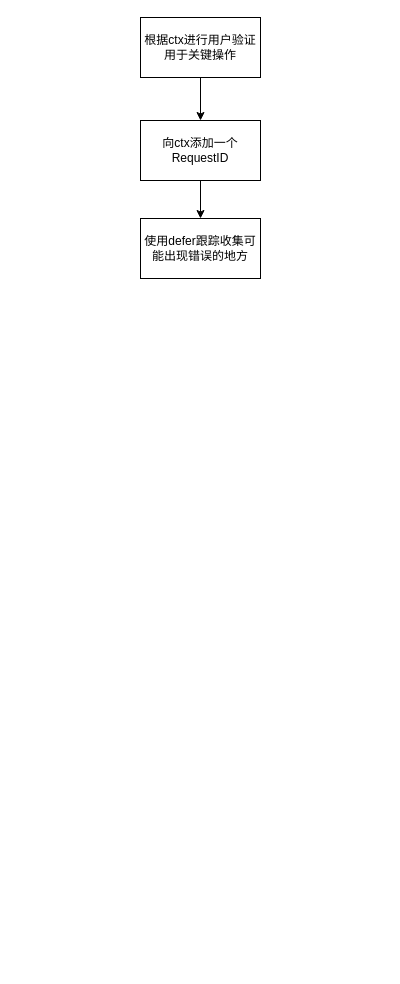
Earlier version of the draw.io diagram easm_caasm.drawio (zecraid/draw_repo). Source tidied: cells renumbered, new cells numbered last; positions are measured from the earlier drawing's top-left corner, leaving out a move shared by most shapes. Both pictures are drawn from the tidied source at 100%, with x=0, y=0 at pixel (140, 17).
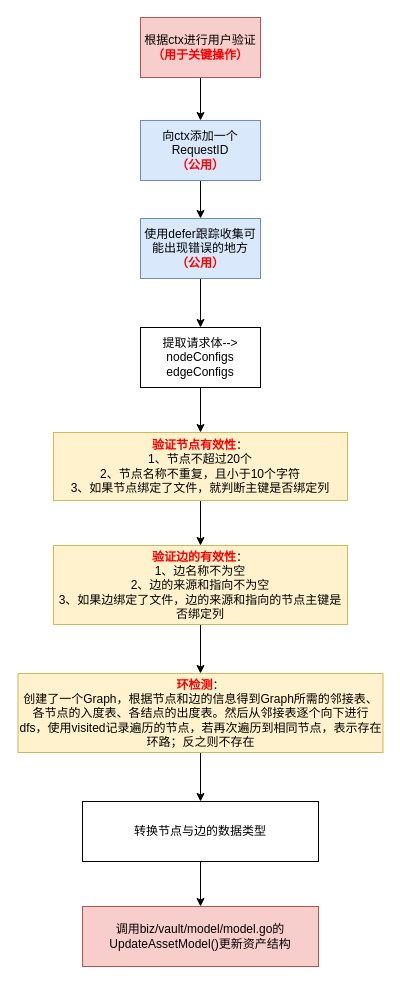
After the change.

The edit, as a diff of the source:
```diff
@@
 <mxGraphModel>
   <root>
     <mxCell id="0" />
     <mxCell id="1" parent="0" />
     <mxCell id="2" style="edgeStyle=orthogonalEdgeStyle;rounded=0;jettySize=auto;html=1;" parent="1" edge="1" source="3" target="5">
       <mxGeometry relative="1" as="geometry" />
     </mxCell>
-    <mxCell id="3" value="根据ctx进行用户验证&lt;div&gt;用于关键操作&lt;/div&gt;" style="rounded=0;whiteSpace=wrap;html=1;" parent="1" vertex="1">
+    <mxCell id="3" value="根据ctx进行用户验证&lt;div&gt;&lt;b&gt;&lt;font color=&quot;#ff0000&quot;&gt;（用于关键操作）&lt;/font&gt;&lt;/b&gt;&lt;/div&gt;" style="rounded=0;whiteSpace=wrap;html=1;fillColor=#f8cecc;strokeColor=#b85450;" parent="1" vertex="1">
       <mxGeometry width="120" height="60" as="geometry" />
     </mxCell>
     <mxCell id="4" style="edgeStyle=orthogonalEdgeStyle;rounded=0;jettySize=auto;html=1;" parent="1" edge="1" source="5" target="6">
       <mxGeometry relative="1" as="geometry" />
     </mxCell>
-    <mxCell id="5" value="向ctx添加一个RequestID" style="rounded=0;whiteSpace=wrap;html=1;" parent="1" vertex="1">
+    <mxCell id="5" value="向ctx添加一个RequestID&lt;div&gt;&lt;b&gt;&lt;font color=&quot;#ff0000&quot;&gt;（公用）&lt;/font&gt;&lt;/b&gt;&lt;/div&gt;" style="rounded=0;whiteSpace=wrap;html=1;fillColor=#dae8fc;strokeColor=#6c8ebf;" parent="1" vertex="1">
       <mxGeometry y="103" width="120" height="60" as="geometry" />
     </mxCell>
+    <mxCell id="7" style="edgeStyle=orthogonalEdgeStyle;rounded=0;jettySize=auto;html=1;" parent="1" edge="1" source="6" target="9">
+      <mxGeometry relative="1" as="geometry" />
+    </mxCell>
-    <mxCell id="6" value="使用defer跟踪收集可能出现错误的地方" style="rounded=0;whiteSpace=wrap;html=1;" parent="1" vertex="1">
+    <mxCell id="6" value="使用defer跟踪收集可能出现错误的地方&lt;div&gt;&lt;font color=&quot;#ff0000&quot;&gt;&lt;b&gt;（公用）&lt;/b&gt;&lt;/font&gt;&lt;/div&gt;" style="rounded=0;whiteSpace=wrap;html=1;fillColor=#dae8fc;strokeColor=#6c8ebf;" parent="1" vertex="1">
       <mxGeometry y="201" width="120" height="60" as="geometry" />
     </mxCell>
+    <mxCell id="8" style="edgeStyle=orthogonalEdgeStyle;rounded=0;jettySize=auto;html=1;" parent="1" edge="1" source="9" target="11">
+      <mxGeometry relative="1" as="geometry" />
+    </mxCell>
+    <mxCell id="9" value="提取请求体--&amp;gt;&lt;div&gt;nodeConfigs&lt;/div&gt;&lt;div&gt;edgeConfigs&lt;/div&gt;" style="rounded=0;whiteSpace=wrap;html=1;" parent="1" vertex="1">
+      <mxGeometry y="310" width="120" height="60" as="geometry" />
+    </mxCell>
+    <mxCell id="10" style="edgeStyle=orthogonalEdgeStyle;rounded=0;jettySize=auto;html=1;" parent="1" edge="1" source="11" target="13">
+      <mxGeometry relative="1" as="geometry" />
+    </mxCell>
+    <mxCell id="11" value="&lt;font color=&quot;#ff0000&quot;&gt;&lt;b&gt;验证节点有效性&lt;/b&gt;&lt;/font&gt;：&lt;div&gt;1、节点不超过20个&lt;/div&gt;&lt;div&gt;2、节点名称不重复，且小于10个字符&lt;/div&gt;&lt;div&gt;3、如果节点绑定了文件，就判断主键是否绑定列&lt;/div&gt;" style="rounded=0;whiteSpace=wrap;html=1;fillColor=#fff2cc;strokeColor=#d6b656;" parent="1" vertex="1">
+      <mxGeometry x="-87" y="415" width="294" height="68" as="geometry" />
+    </mxCell>
+    <mxCell id="12" style="edgeStyle=orthogonalEdgeStyle;rounded=0;jettySize=auto;html=1;entryX=0.5;entryY=0;entryDx=0;entryDy=0;" parent="1" edge="1" source="13" target="15">
+      <mxGeometry relative="1" as="geometry" />
+    </mxCell>
+    <mxCell id="13" value="&lt;b&gt;&lt;font color=&quot;#ff0000&quot;&gt;验证边的有效性&lt;/font&gt;&lt;/b&gt;：&lt;div&gt;1、边名称不为空&lt;/div&gt;&lt;div&gt;2、边的来源和指向不为空&lt;/div&gt;&lt;div&gt;3、如果边绑定了文件，边的来源和指向的节点主键是否绑定列&lt;/div&gt;" style="rounded=0;whiteSpace=wrap;html=1;fillColor=#fff2cc;strokeColor=#d6b656;" parent="1" vertex="1">
+      <mxGeometry x="-87" y="528" width="294" height="79" as="geometry" />
+    </mxCell>
+    <mxCell id="14" style="edgeStyle=orthogonalEdgeStyle;rounded=0;jettySize=auto;html=1;entryX=0.5;entryY=0;entryDx=0;entryDy=0;" parent="1" edge="1" source="15" target="17">
+      <mxGeometry relative="1" as="geometry" />
+    </mxCell>
+    <mxCell id="15" value="&lt;b&gt;&lt;font color=&quot;#ff0000&quot;&gt;环检测&lt;/font&gt;&lt;/b&gt;：&lt;div&gt;创建了一个Graph，根据节点和边的信息得到Graph所需的邻接表、各节点的入度表、各结点的出度表。然后从邻接表逐个向下进行dfs，使用visited记录遍历的节点，若再次遍历到相同节点，表示存在环路；反之则不存在&lt;/div&gt;" style="rounded=0;whiteSpace=wrap;html=1;fillColor=#fff2cc;strokeColor=#d6b656;" parent="1" vertex="1">
+      <mxGeometry x="-122.5" y="656" width="365" height="79" as="geometry" />
+    </mxCell>
+    <mxCell id="16" style="edgeStyle=orthogonalEdgeStyle;rounded=0;jettySize=auto;html=1;" parent="1" edge="1" source="17" target="18">
+      <mxGeometry relative="1" as="geometry" />
+    </mxCell>
+    <mxCell id="17" value="转换节点与边的数据类型" style="rounded=0;whiteSpace=wrap;html=1;" parent="1" vertex="1">
+      <mxGeometry x="-58" y="784" width="236" height="60" as="geometry" />
+    </mxCell>
+    <mxCell id="18" value="调用biz/vault/model/model.go的UpdateAssetModel()更新资产结构" style="rounded=0;whiteSpace=wrap;html=1;fillColor=#f8cecc;strokeColor=#b85450;" parent="1" vertex="1">
+      <mxGeometry x="-58" y="889" width="236" height="60" as="geometry" />
+    </mxCell>
   </root>
 </mxGraphModel>
```
